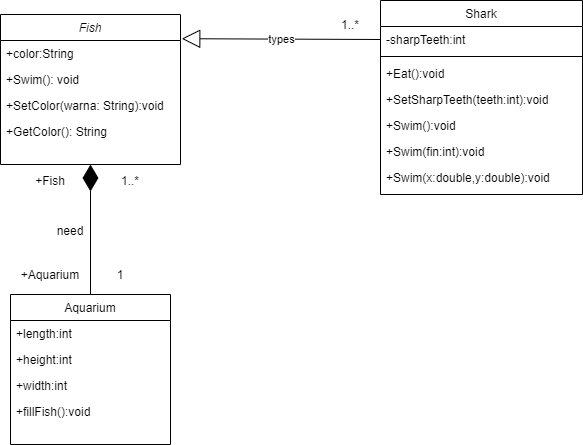
Above: Exercise1Diagram.png in fxrhxnS/Week2Diagram (draw.io), before the change. Source tidied: cells renumbered, new cells last; positions are measured from the earlier drawing's top-left corner, leaving out a move shared by most shapes.
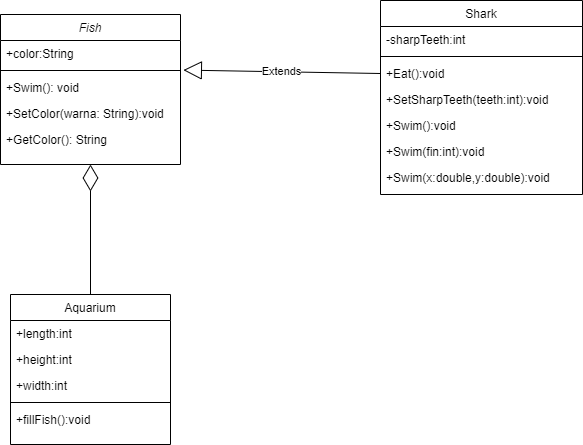
The same diagram one commit later.

Diff of the diagram source:
```diff
@@ -8,14 +8,17 @@
     <mxCell id="3" value="+color:String" style="text;align=left;verticalAlign=top;spacingLeft=4;spacingRight=4;overflow=hidden;points=[[0,0.5],[1,0.5]];portConstraint=eastwest;" parent="2" vertex="1">
       <mxGeometry y="26" width="180" height="26" as="geometry" />
     </mxCell>
+    <mxCell id="28" style="line;html=1;strokeWidth=1;align=left;verticalAlign=middle;spacingTop=-1;spacingLeft=3;spacingRight=3;labelPosition=right;" parent="2" vertex="1">
+      <mxGeometry y="52" width="180" height="8" as="geometry" />
+    </mxCell>
     <mxCell id="4" value="+Swim(): void" style="text;align=left;verticalAlign=top;spacingLeft=4;spacingRight=4;overflow=hidden;rounded=0;shadow=0;html=0;" parent="2" vertex="1">
-      <mxGeometry y="52" width="180" height="26" as="geometry" />
+      <mxGeometry y="60" width="180" height="26" as="geometry" />
     </mxCell>
     <mxCell id="5" value="+SetColor(warna: String):void" style="text;align=left;verticalAlign=top;spacingLeft=4;spacingRight=4;overflow=hidden;rounded=0;shadow=0;html=0;" parent="2" vertex="1">
-      <mxGeometry y="78" width="180" height="26" as="geometry" />
+      <mxGeometry y="86" width="180" height="26" as="geometry" />
     </mxCell>
     <mxCell id="6" value="+GetColor(): String" style="text;align=left;verticalAlign=top;spacingLeft=4;spacingRight=4;overflow=hidden;rounded=0;shadow=0;html=0;" parent="2" vertex="1">
-      <mxGeometry y="104" width="180" height="20" as="geometry" />
+      <mxGeometry y="112" width="180" height="20" as="geometry" />
     </mxCell>
     <mxCell id="7" value="Aquarium" style="swimlane;fontStyle=0;align=center;verticalAlign=top;horizontal=1;startSize=26;rounded=0;shadow=0;strokeWidth=1;" parent="1" vertex="1">
       <mxGeometry x="10" y="294" width="160" height="150" as="geometry" />
@@ -29,18 +32,12 @@
     <mxCell id="10" value="+width:int" style="text;align=left;verticalAlign=top;spacingLeft=4;spacingRight=4;overflow=hidden;rounded=0;shadow=0;html=0;" parent="7" vertex="1">
       <mxGeometry y="78" width="160" height="26" as="geometry" />
     </mxCell>
+    <mxCell id="29" style="line;html=1;strokeWidth=1;align=left;verticalAlign=middle;spacingTop=-1;spacingLeft=3;spacingRight=3;labelPosition=right;" parent="7" vertex="1">
+      <mxGeometry y="104" width="160" height="8" as="geometry" />
+    </mxCell>
     <mxCell id="11" value="+fillFish():void" style="text;align=left;verticalAlign=top;spacingLeft=4;spacingRight=4;overflow=hidden;rounded=0;shadow=0;html=0;" parent="7" vertex="1">
-      <mxGeometry y="104" width="160" height="26" as="geometry" />
+      <mxGeometry y="112" width="160" height="26" as="geometry" />
     </mxCell>
-    <mxCell id="12" style="endArrow=diamondThin;endFill=1;endSize=24;html=1;exitX=0.5;exitY=0;exitDx=0;exitDy=0;entryX=0.5;entryY=1;entryDx=0;entryDy=0;" parent="1" edge="1" source="7" target="2">
-      <mxGeometry relative="1" as="geometry" />
-    </mxCell>
-    <mxCell id="13" value="1..*" style="text;html=1;strokeColor=none;fillColor=none;align=center;verticalAlign=middle;whiteSpace=wrap;rounded=0;" parent="1" vertex="1">
-      <mxGeometry x="330" y="14" width="40" height="20" as="geometry" />
-    </mxCell>
-    <mxCell id="14" value="types" style="endArrow=block;endSize=16;endFill=0;html=1;exitX=0;exitY=0.5;exitDx=0;exitDy=0;entryX=1.007;entryY=-0.069;entryDx=0;entryDy=0;entryPerimeter=0;" parent="1" edge="1" source="16" target="3">
-      <mxGeometry relative="1" as="geometry" />
-    </mxCell>
     <mxCell id="15" value="Shark" style="swimlane;fontStyle=0;align=center;verticalAlign=top;horizontal=1;startSize=26;rounded=0;shadow=0;strokeWidth=1;" parent="1" vertex="1">
       <mxGeometry x="380" width="202" height="194" as="geometry" />
     </mxCell>
@@ -65,20 +62,13 @@
     <mxCell id="22" value="+Swim(x:double,y:double):void" style="text;align=left;verticalAlign=top;spacingLeft=4;spacingRight=4;overflow=hidden;" parent="15" vertex="1">
       <mxGeometry y="164" width="202" height="26" as="geometry" />
     </mxCell>
-    <mxCell id="23" value="need" style="text;html=1;strokeColor=none;fillColor=none;align=center;verticalAlign=middle;whiteSpace=wrap;rounded=0;" parent="1" vertex="1">
-      <mxGeometry x="50" y="220" width="40" height="20" as="geometry" />
-    </mxCell>
-    <mxCell id="24" value="+Aquarium" style="text;html=1;strokeColor=none;fillColor=none;align=center;verticalAlign=middle;whiteSpace=wrap;rounded=0;" parent="1" vertex="1">
-      <mxGeometry x="30" y="264" width="40" height="20" as="geometry" />
-    </mxCell>
-    <mxCell id="25" value="+Fish" style="text;html=1;strokeColor=none;fillColor=none;align=center;verticalAlign=middle;whiteSpace=wrap;rounded=0;" parent="1" vertex="1">
-      <mxGeometry x="30" y="170" width="40" height="20" as="geometry" />
-    </mxCell>
-    <mxCell id="26" value="1" style="text;html=1;strokeColor=none;fillColor=none;align=center;verticalAlign=middle;whiteSpace=wrap;rounded=0;" parent="1" vertex="1">
-      <mxGeometry x="100" y="264" width="40" height="20" as="geometry" />
-    </mxCell>
-    <mxCell id="27" value="1..*" style="text;html=1;strokeColor=none;fillColor=none;align=center;verticalAlign=middle;whiteSpace=wrap;rounded=0;" parent="1" vertex="1">
-      <mxGeometry x="110" y="170" width="40" height="20" as="geometry" />
-    </mxCell>
+    <mxCell id="30" style="endArrow=diamondThin;endFill=0;endSize=24;html=1;entryX=0.5;entryY=1;entryDx=0;entryDy=0;" parent="1" edge="1" target="2">
+      <mxGeometry relative="1" as="geometry">
+        <mxPoint x="90" y="294" as="sourcePoint" />
+      </mxGeometry>
+    </mxCell>
+    <mxCell id="31" value="Extends" style="endArrow=block;endSize=16;endFill=0;html=1;entryX=1.016;entryY=1.138;entryDx=0;entryDy=0;entryPerimeter=0;exitX=0;exitY=0.5;exitDx=0;exitDy=0;" parent="1" edge="1" source="18" target="3">
+      <mxGeometry relative="1" as="geometry" />
+    </mxCell>
   </root>
 </mxGraphModel>
```
